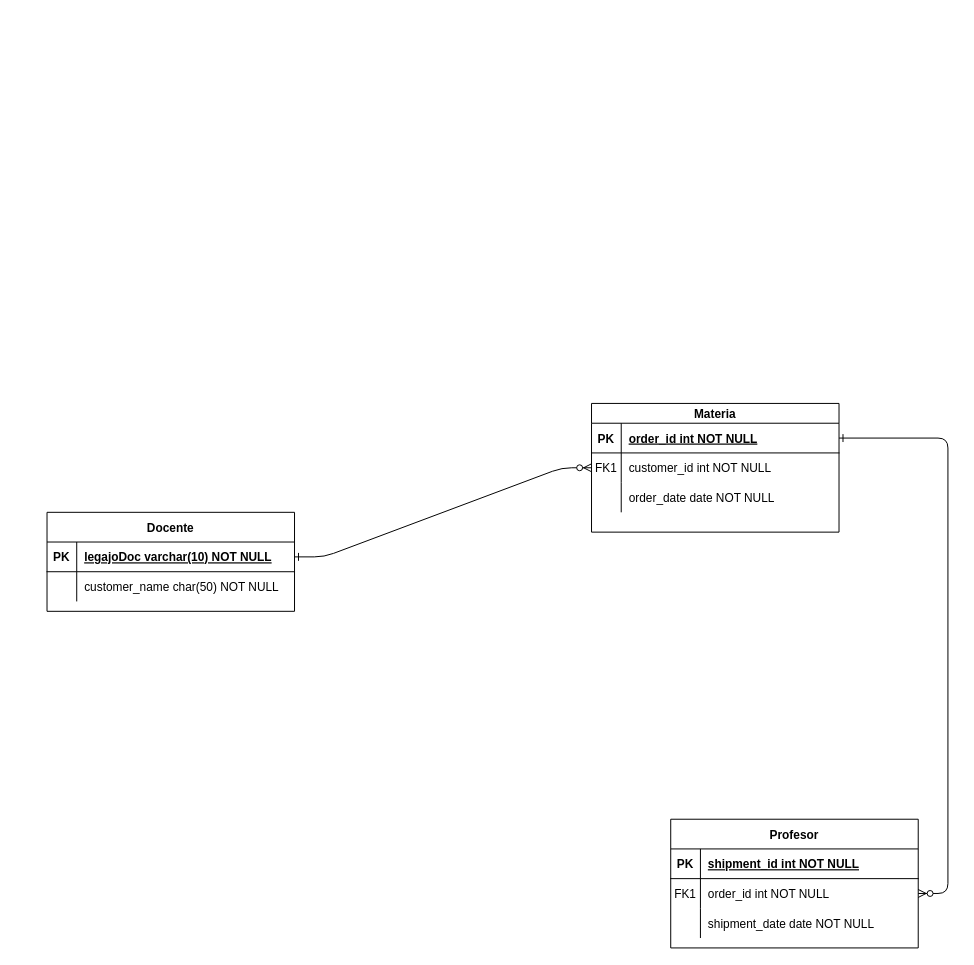
Before: Diagrama sin título.drawio in phoenix1179/BD, a draw.io diagram. Source tidied: cells renumbered, new cells numbered last; positions are measured from the earlier drawing's top-left corner, leaving out a move shared by most shapes. Both pictures are drawn from the tidied source at 99%, with x=0, y=0 at pixel (47, 403).
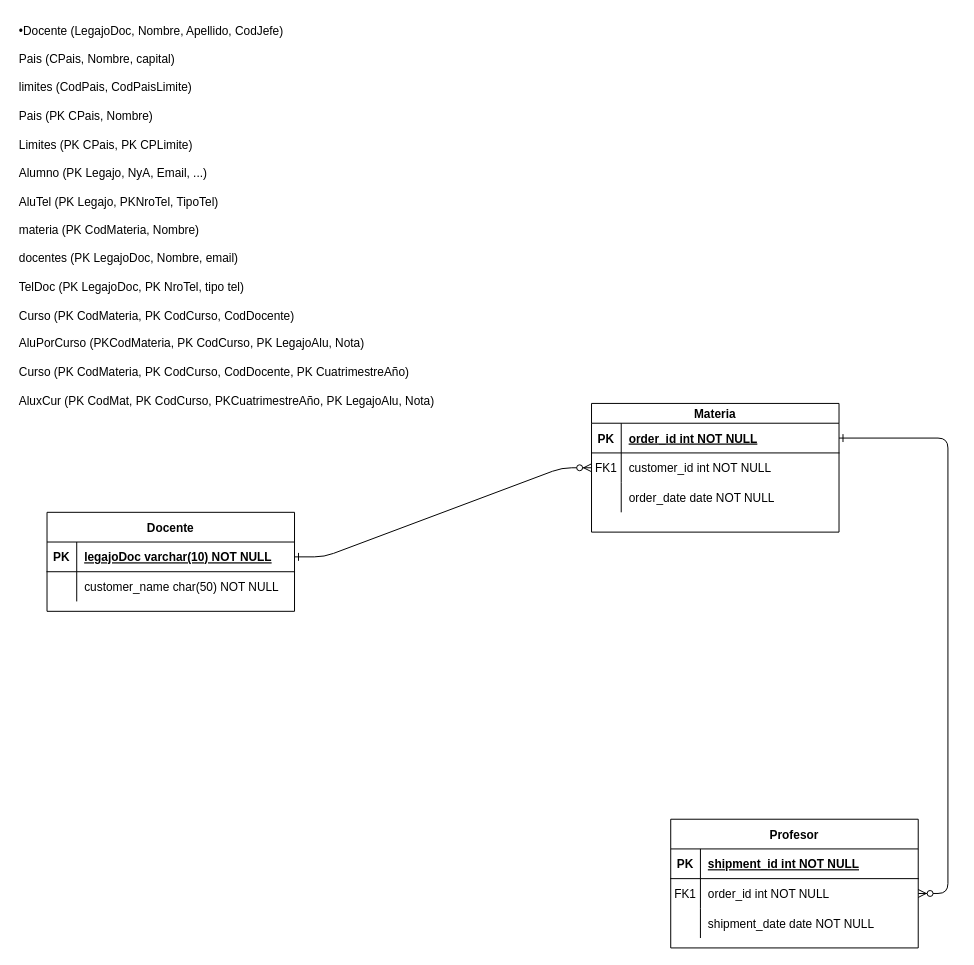
After the change.

Change to the diagram source:
```diff
@@
+    <mxCell id="31" value="&lt;div style=&quot;text-align: justify;&quot;&gt;•Docente (LegajoDoc, Nombre, Apellido, CodJefe)&lt;/div&gt;&lt;div style=&quot;text-align: justify;&quot;&gt;&lt;br&gt;&lt;/div&gt;&lt;div style=&quot;text-align: justify;&quot;&gt;Pais (CPais, Nombre, capital)&lt;/div&gt;&lt;div style=&quot;text-align: justify;&quot;&gt;&lt;span style=&quot;white-space: pre;&quot;&gt;&amp;nbsp;&amp;nbsp;&amp;nbsp;&amp;nbsp;&lt;/span&gt;&lt;/div&gt;&lt;div style=&quot;text-align: justify;&quot;&gt;limites (CodPais, CodPaisLimite)&lt;/div&gt;&lt;div style=&quot;text-align: justify;&quot;&gt;&lt;br&gt;&lt;/div&gt;&lt;div style=&quot;text-align: justify;&quot;&gt;Pais (PK CPais, Nombre)&lt;/div&gt;&lt;div style=&quot;text-align: justify;&quot;&gt;&lt;br&gt;&lt;/div&gt;&lt;div style=&quot;text-align: justify;&quot;&gt;Limites (PK CPais, PK CPLimite)&lt;/div&gt;&lt;div style=&quot;text-align: justify;&quot;&gt;&lt;br&gt;&lt;/div&gt;&lt;div style=&quot;text-align: justify;&quot;&gt;Alumno (PK Legajo, NyA, Email, ...)&lt;/div&gt;&lt;div style=&quot;text-align: justify;&quot;&gt;&lt;span style=&quot;&quot;&gt;&lt;span style=&quot;&quot;&gt;&lt;span style=&quot;white-space: pre;&quot;&gt;&amp;nbsp;&amp;nbsp;&amp;nbsp;&amp;nbsp;&lt;/span&gt;&lt;/span&gt;&amp;nbsp;&lt;/span&gt;&lt;/div&gt;&lt;div style=&quot;text-align: justify;&quot;&gt;AluTel (PK Legajo, PKNroTel, TipoTel)&lt;/div&gt;&lt;div style=&quot;text-align: justify;&quot;&gt;&lt;br&gt;&lt;/div&gt;&lt;div style=&quot;text-align: justify;&quot;&gt;materia (PK CodMateria, Nombre)&lt;/div&gt;&lt;div style=&quot;text-align: justify;&quot;&gt;&lt;br&gt;&lt;/div&gt;&lt;div style=&quot;text-align: justify;&quot;&gt;docentes (PK LegajoDoc, Nombre, email)&lt;/div&gt;&lt;div style=&quot;text-align: justify;&quot;&gt;&lt;br&gt;&lt;/div&gt;&lt;div style=&quot;text-align: justify;&quot;&gt;TelDoc (PK LegajoDoc, PK NroTel, tipo tel)&lt;/div&gt;&lt;div style=&quot;text-align: justify;&quot;&gt;&lt;br&gt;&lt;/div&gt;&lt;div style=&quot;text-align: justify;&quot;&gt;Curso (PK CodMateria, PK CodCurso, CodDocente)&lt;/div&gt;&lt;div style=&quot;text-align: justify;&quot;&gt;&lt;br&gt;&lt;/div&gt;&lt;div style=&quot;text-align: justify;&quot;&gt;AluPorCurso (PKCodMateria, PK CodCurso, PK LegajoAlu, Nota)&lt;/div&gt;&lt;div style=&quot;text-align: justify;&quot;&gt;&lt;br&gt;&lt;/div&gt;&lt;div style=&quot;text-align: justify;&quot;&gt;Curso (PK CodMateria, PK CodCurso, CodDocente, PK CuatrimestreAño)&lt;/div&gt;&lt;div style=&quot;text-align: justify;&quot;&gt;&lt;span style=&quot;&quot;&gt;&lt;span style=&quot;&quot;&gt;&lt;span style=&quot;white-space: pre;&quot;&gt;&amp;nbsp;&amp;nbsp;&amp;nbsp;&amp;nbsp;&lt;/span&gt;&lt;/span&gt;&amp;nbsp;&lt;/span&gt;&lt;/div&gt;&lt;div style=&quot;text-align: justify;&quot;&gt;AluxCur (PK CodMat, PK CodCurso, PKCuatrimestreAño, PK LegajoAlu, Nota)&lt;/div&gt;&lt;div style=&quot;text-align: justify;&quot;&gt;&lt;span style=&quot;&quot;&gt;&lt;span style=&quot;&quot;&gt;&lt;span style=&quot;white-space: pre;&quot;&gt;&amp;nbsp;&amp;nbsp;&amp;nbsp;&amp;nbsp;&lt;/span&gt;&lt;/span&gt;&amp;nbsp;&lt;/span&gt;&lt;/div&gt;&lt;div style=&quot;text-align: justify;&quot;&gt;&lt;br&gt;&lt;/div&gt;" style="text;html=1;align=left;verticalAlign=middle;strokeColor=none;fillColor=none;" parent="1" vertex="1">
+      <mxGeometry x="-30" y="-390" width="440" height="430" as="geometry" />
+    </mxCell>
```
